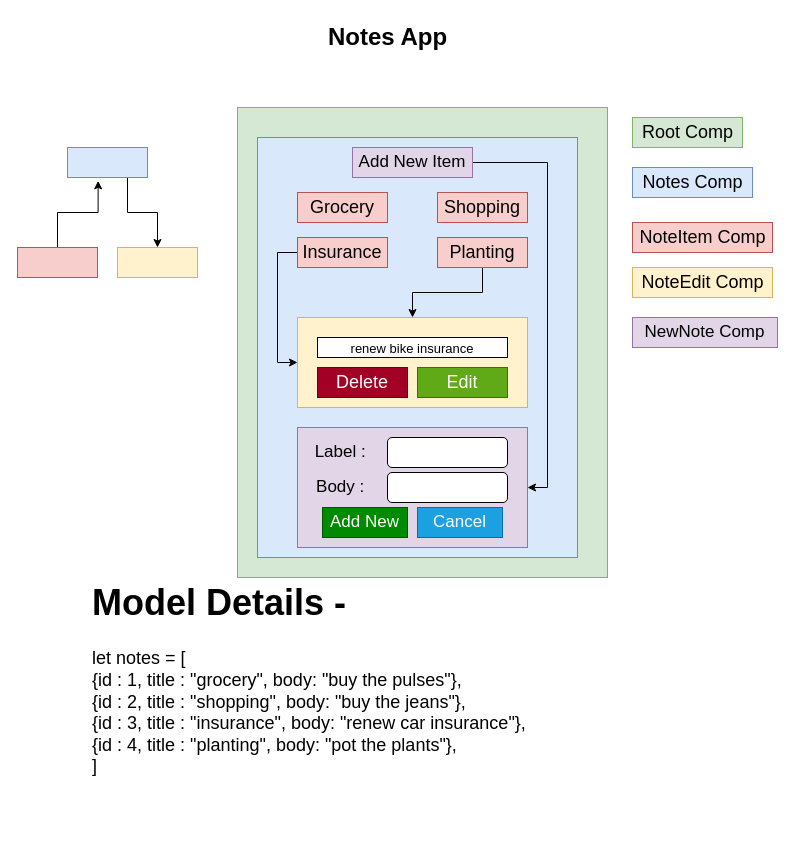
Earlier version of the draw.io diagram page "Page-10" (9 of 20) of full-diagrams.drawio (synergy2411/citiustech-sept21). Source tidied: cells renumbered, new cells numbered last; positions are measured from the earlier drawing's top-left corner, leaving out a move shared by most shapes. Both pictures are drawn from the tidied source at 100%, with x=0, y=0 at pixel (17, 17).
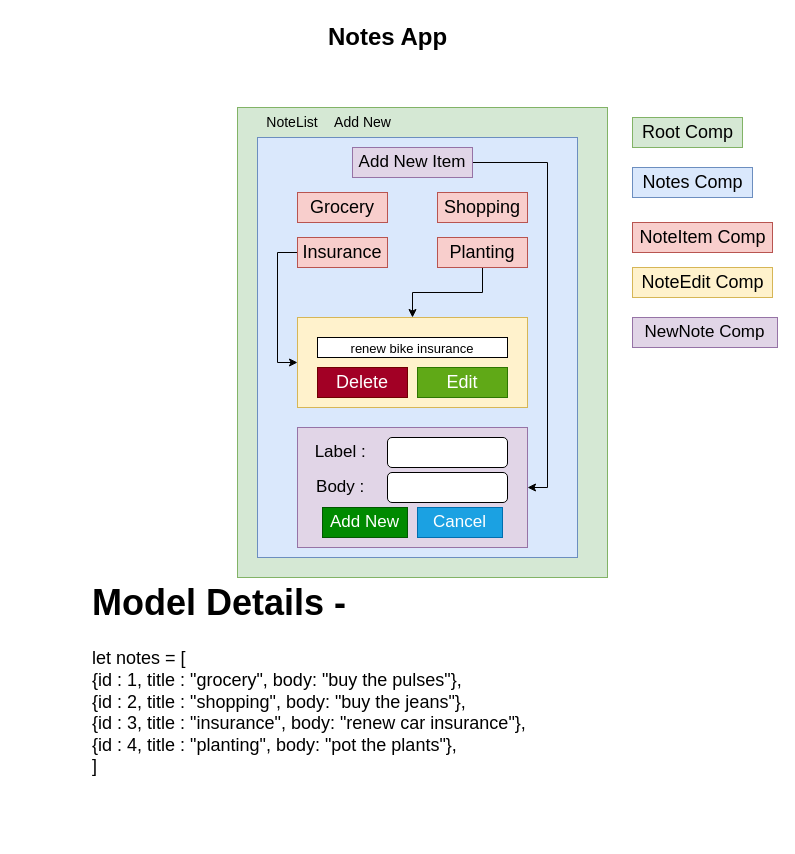
After the change.

Change to the diagram source:
```diff
@@
-    <mxCell id="20" style="edgeStyle=orthogonalEdgeStyle;rounded=0;jettySize=auto;html=1;exitX=0.75;exitY=1;exitDx=0;exitDy=0;entryX=0.5;entryY=0;entryDx=0;entryDy=0;fontSize=18;" parent="1" edge="1" source="21" target="24">
-      <mxGeometry relative="1" as="geometry" />
-    </mxCell>
-    <mxCell id="21" style="rounded=0;whiteSpace=wrap;html=1;fontSize=18;fillColor=#dae8fc;strokeColor=#6c8ebf;" parent="1" vertex="1">
-      <mxGeometry x="50" y="130" width="80" height="30" as="geometry" />
-    </mxCell>
-    <mxCell id="22" style="edgeStyle=orthogonalEdgeStyle;rounded=0;jettySize=auto;html=1;exitX=0.5;exitY=0;exitDx=0;exitDy=0;entryX=0.383;entryY=1.111;entryDx=0;entryDy=0;entryPerimeter=0;fontSize=18;" parent="1" edge="1" source="23" target="21">
-      <mxGeometry relative="1" as="geometry" />
-    </mxCell>
-    <mxCell id="23" style="rounded=0;whiteSpace=wrap;html=1;fontSize=18;fillColor=#f8cecc;strokeColor=#b85450;" parent="1" vertex="1">
-      <mxGeometry y="230" width="80" height="30" as="geometry" />
-    </mxCell>
-    <mxCell id="24" style="rounded=0;whiteSpace=wrap;html=1;fontSize=18;fillColor=#fff2cc;strokeColor=#d6b656;" parent="1" vertex="1">
-      <mxGeometry x="100" y="230" width="80" height="30" as="geometry" />
-    </mxCell>
@@
+    <mxCell id="35" value="NoteList" style="text;html=1;strokeColor=none;fillColor=none;align=center;verticalAlign=middle;whiteSpace=wrap;rounded=0;fontSize=14;" parent="1" vertex="1">
+      <mxGeometry x="245" y="90" width="60" height="30" as="geometry" />
+    </mxCell>
+    <mxCell id="36" value="Add New" style="text;html=1;align=center;verticalAlign=middle;strokeColor=none;fillColor=none;fontSize=14;" parent="1" vertex="1">
+      <mxGeometry x="310" y="95" width="70" height="20" as="geometry" />
+    </mxCell>
```
